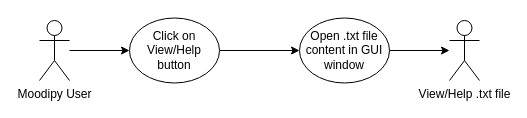
This is Diagrams/Use case/Use Case ViewHelp Doc.drawio from stpilks99/moodipy, a draw.io file, before an edit. Source tidied: cells renumbered, new cells numbered last; positions are measured from the earlier drawing's top-left corner, leaving out a move shared by most shapes. Both pictures are drawn from the tidied source at 100%, with x=0, y=0 at pixel (39, 18).
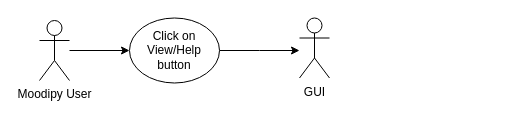
The same diagram, later.

The edit, as a diff of the source:
```diff
@@
 <mxGraphModel>
   <root>
     <mxCell id="0" />
     <mxCell id="1" parent="0" />
     <mxCell id="2" style="edgeStyle=orthogonalEdgeStyle;rounded=0;jettySize=auto;html=1;" parent="1" edge="1" source="3" target="5">
       <mxGeometry relative="1" as="geometry" />
     </mxCell>
     <mxCell id="3" value="Moodipy User" style="shape=umlActor;verticalLabelPosition=bottom;labelBackgroundColor=#ffffff;verticalAlign=top;html=1;outlineConnect=0;" parent="1" vertex="1">
       <mxGeometry y="2" width="30" height="60" as="geometry" />
     </mxCell>
-    <mxCell id="4" style="edgeStyle=orthogonalEdgeStyle;rounded=0;jettySize=auto;html=1;" parent="1" edge="1" source="5" target="7">
-      <mxGeometry relative="1" as="geometry" />
+    <mxCell id="4" style="edgeStyle=orthogonalEdgeStyle;rounded=0;jettySize=auto;html=1;" parent="1" edge="1" source="5">
+      <mxGeometry relative="1" as="geometry">
+        <mxPoint x="260" y="32" as="targetPoint" />
+      </mxGeometry>
     </mxCell>
     <mxCell id="5" value="Click on View/Help button" style="ellipse;whiteSpace=wrap;html=1;" parent="1" vertex="1">
       <mxGeometry x="90" y="-0.5" width="90" height="65" as="geometry" />
     </mxCell>
-    <mxCell id="6" style="edgeStyle=orthogonalEdgeStyle;rounded=0;jettySize=auto;html=1;" parent="1" edge="1" source="7" target="8">
-      <mxGeometry relative="1" as="geometry" />
-    </mxCell>
-    <mxCell id="7" value="Open .txt file content in GUI window" style="ellipse;whiteSpace=wrap;html=1;" parent="1" vertex="1">
-      <mxGeometry x="260" y="-0.5" width="90" height="65" as="geometry" />
-    </mxCell>
-    <mxCell id="8" value="View/Help .txt file" style="shape=umlActor;verticalLabelPosition=bottom;labelBackgroundColor=#ffffff;verticalAlign=top;html=1;outlineConnect=0;" parent="1" vertex="1">
-      <mxGeometry x="410" y="2" width="30" height="60" as="geometry" />
+    <mxCell id="8" value="GUI" style="shape=umlActor;verticalLabelPosition=bottom;labelBackgroundColor=#ffffff;verticalAlign=top;html=1;outlineConnect=0;" parent="1" vertex="1">
+      <mxGeometry x="260" y="-0.5" width="30" height="60" as="geometry" />
     </mxCell>
   </root>
 </mxGraphModel>
```
